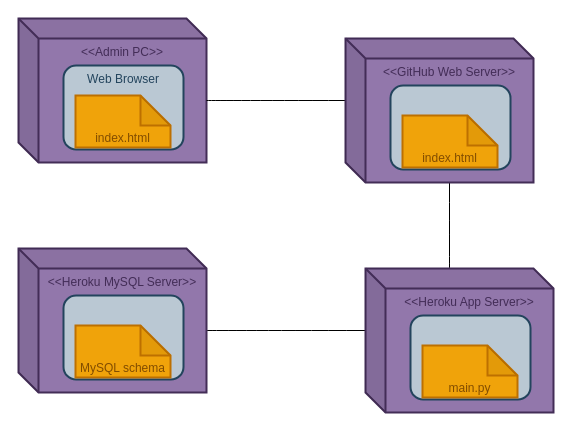
This is deploymentDiagram.drawio.xml from aliceypuff/deployment, a draw.io file, before an edit. Source tidied: cells renumbered, new cells numbered last; positions are measured from the earlier drawing's top-left corner, leaving out a move shared by most shapes. Both pictures are drawn from the tidied source at 100%, with x=0, y=0 at pixel (18, 18).
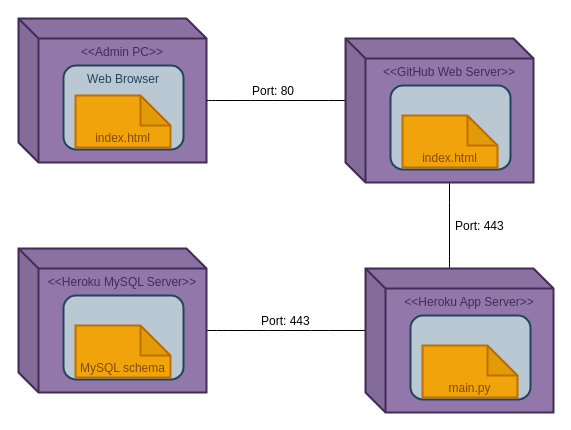
After the change.

Change to the diagram source:
```diff
@@
+    <mxCell id="21" value="Port: 80" style="text;strokeColor=none;fillColor=none;align=left;verticalAlign=top;spacingLeft=4;spacingRight=4;overflow=hidden;" parent="1" vertex="1">
+      <mxGeometry x="228" y="59" width="60" height="26" as="geometry" />
+    </mxCell>
+    <mxCell id="22" value="Port: 443" style="text;strokeColor=none;fillColor=none;align=left;verticalAlign=top;spacingLeft=4;spacingRight=4;overflow=hidden;" parent="1" vertex="1">
+      <mxGeometry x="237" y="289" width="60" height="26" as="geometry" />
+    </mxCell>
+    <mxCell id="23" value="Port: 443" style="text;strokeColor=none;fillColor=none;align=left;verticalAlign=top;spacingLeft=4;spacingRight=4;overflow=hidden;" parent="1" vertex="1">
+      <mxGeometry x="431" y="194" width="60" height="26" as="geometry" />
+    </mxCell>
```
